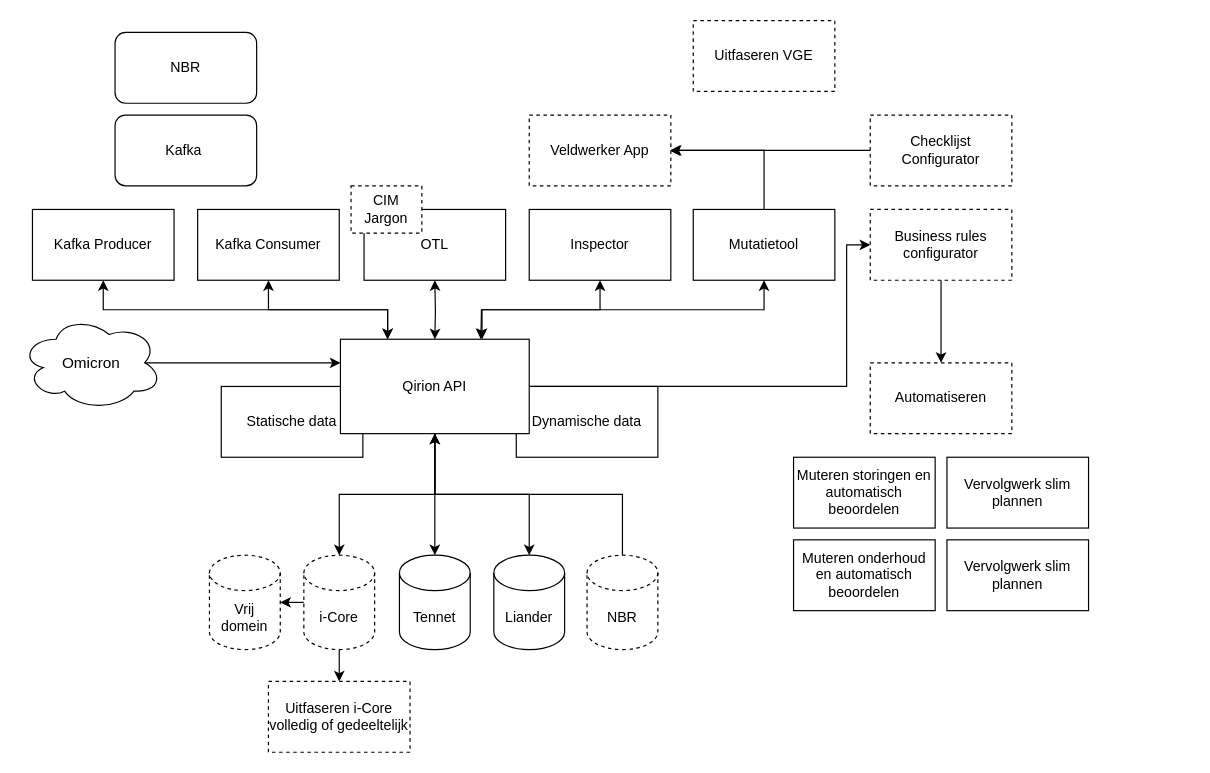
Earlier version of the draw.io diagram page "Mogelijkheden" (4 of 10) of staticWeb/Untitled Diagram.drawio (eleemans/react2022). Source tidied: cells renumbered, new cells numbered last; positions are measured from the earlier drawing's top-left corner, leaving out a move shared by most shapes. Both pictures are drawn from the tidied source at 118%, with x=0, y=0 at pixel (20, 20).
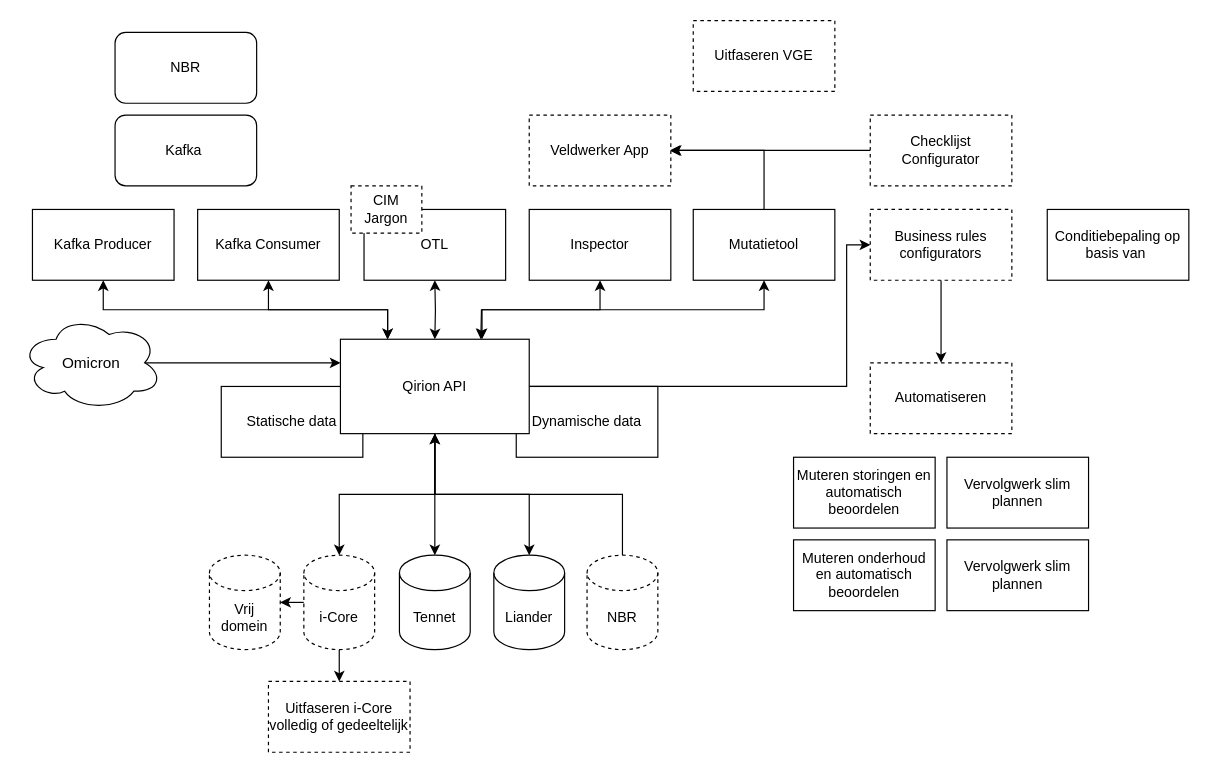
Above is the later version.

Change to the diagram source:
```diff
@@
-    <mxCell id="31" value="Business rules configurator" style="rounded=0;whiteSpace=wrap;html=1;dashed=1;" parent="1" vertex="1">
+    <mxCell id="31" value="Business rules configurators" style="rounded=0;whiteSpace=wrap;html=1;dashed=1;" parent="1" vertex="1">
       <mxGeometry x="720" y="160" width="120" height="60" as="geometry" />
     </mxCell>
@@
+    <mxCell id="45" value="Conditiebepaling op basis van&amp;nbsp;" style="rounded=0;whiteSpace=wrap;html=1;" parent="1" vertex="1">
+      <mxGeometry x="870" y="160" width="120" height="60" as="geometry" />
+    </mxCell>
```
